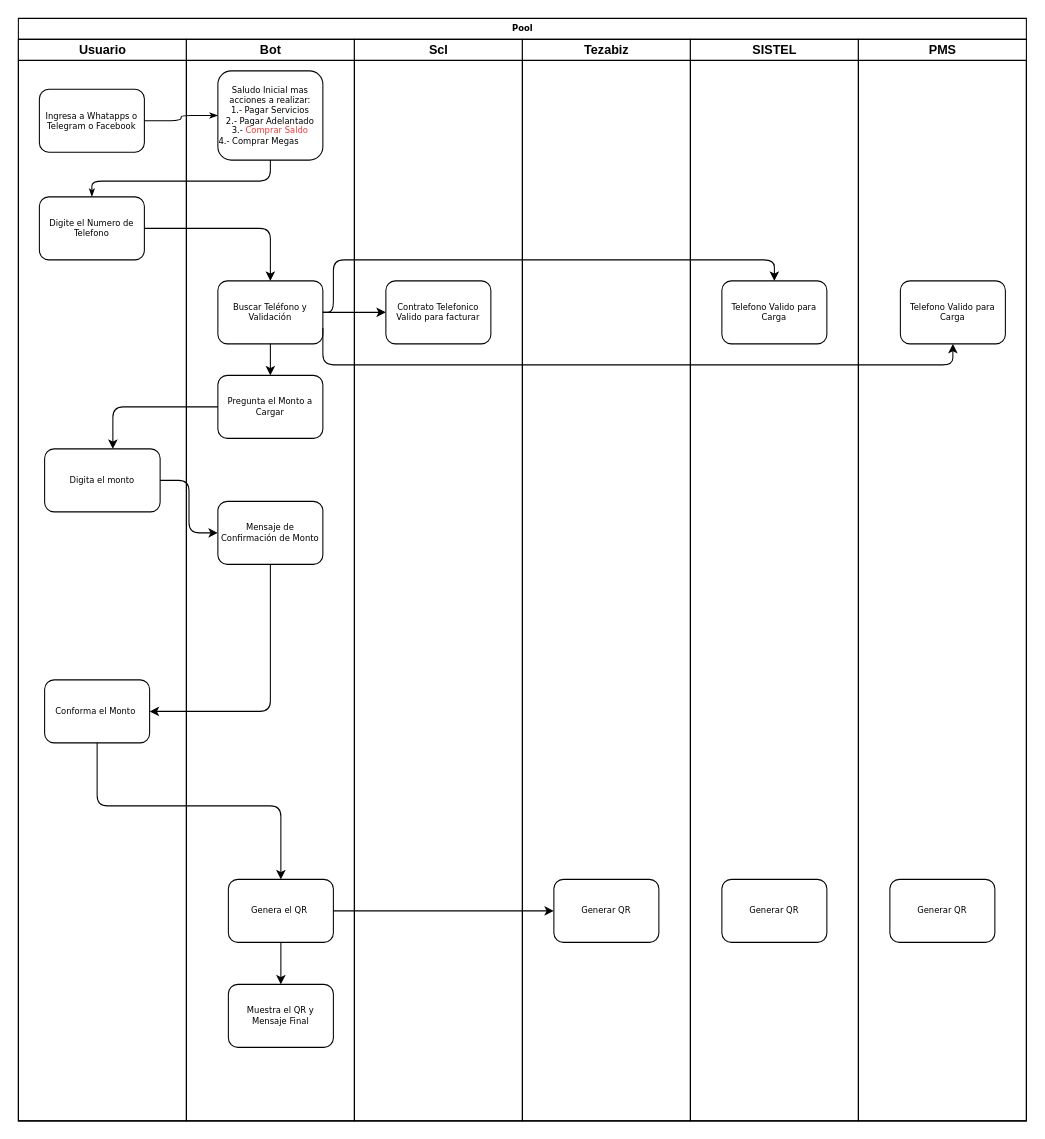
Above: page "Compra de Saldo" (3 of 4) of Untitled Diagram.drawio in diburichard/Diagramas (draw.io), before the change. Source tidied: cells renumbered, new cells numbered last; positions are measured from the earlier drawing's top-left corner, leaving out a move shared by most shapes. Both pictures are drawn from the tidied source at 105%, with x=0, y=0 at pixel (18, 18).
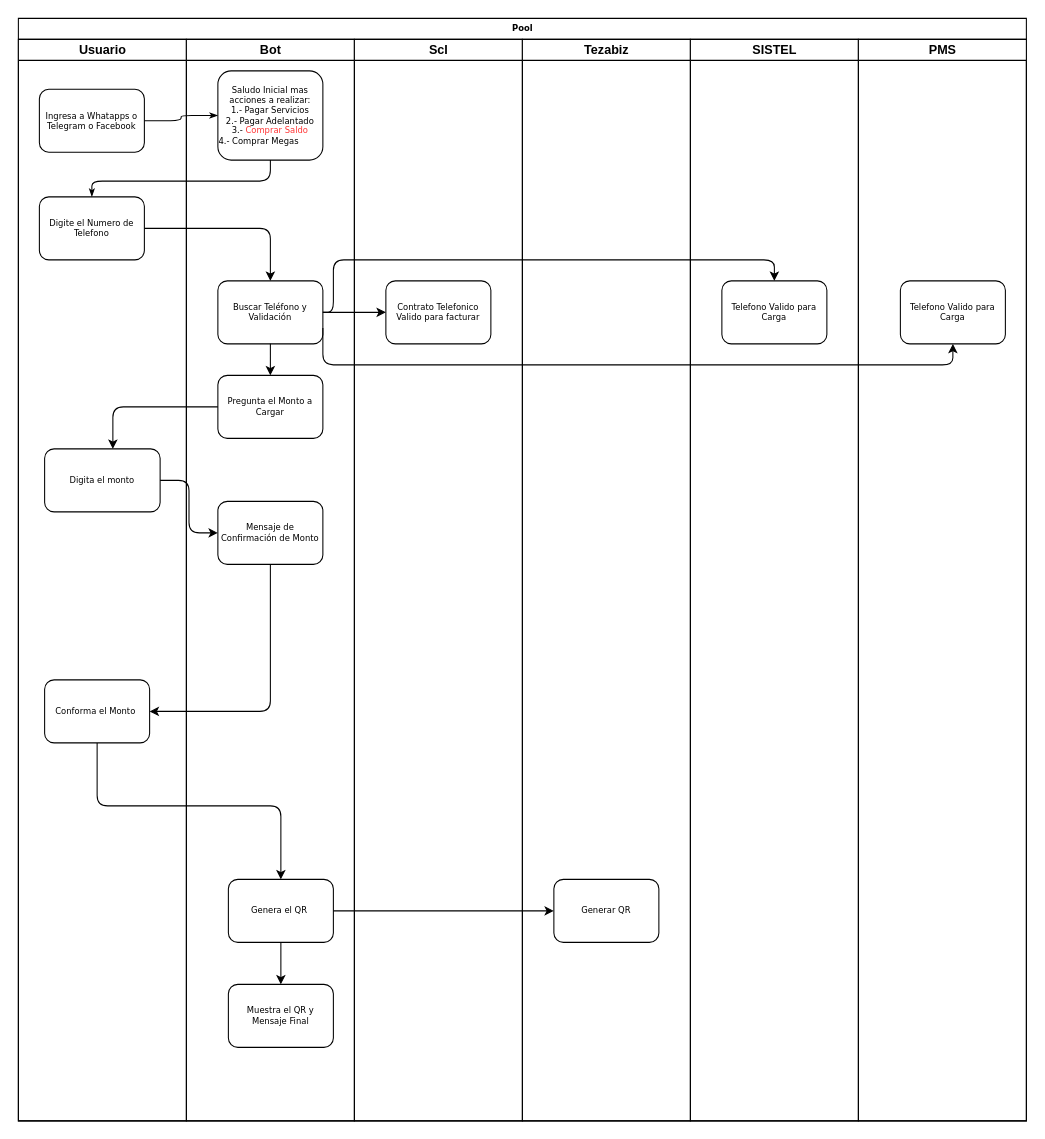
Above is the later version.

The change refers to these unchanged cells:
```xml
<mxCell id="29" value="SISTEL" style="swimlane;html=1;startSize=20;" parent="2" vertex="1">
  <mxGeometry x="640" y="20" width="160" height="1030" as="geometry" />
</mxCell>
<mxCell id="32" value="PMS" style="swimlane;html=1;startSize=20;" parent="2" vertex="1">
  <mxGeometry x="800" y="20" width="160" height="1030" as="geometry" />
</mxCell>
```

The edit, as a diff of the source:
```diff
@@
-    <mxCell id="30" value="Generar QR" style="rounded=1;whiteSpace=wrap;html=1;shadow=0;labelBackgroundColor=none;strokeWidth=1;fontFamily=Verdana;fontSize=8;align=center;" parent="29" vertex="1">
-      <mxGeometry x="30" y="800" width="100" height="60" as="geometry" />
-    </mxCell>
@@
-    <mxCell id="33" value="Generar QR" style="rounded=1;whiteSpace=wrap;html=1;shadow=0;labelBackgroundColor=none;strokeWidth=1;fontFamily=Verdana;fontSize=8;align=center;" parent="32" vertex="1">
-      <mxGeometry x="30" y="800" width="100" height="60" as="geometry" />
-    </mxCell>
```
